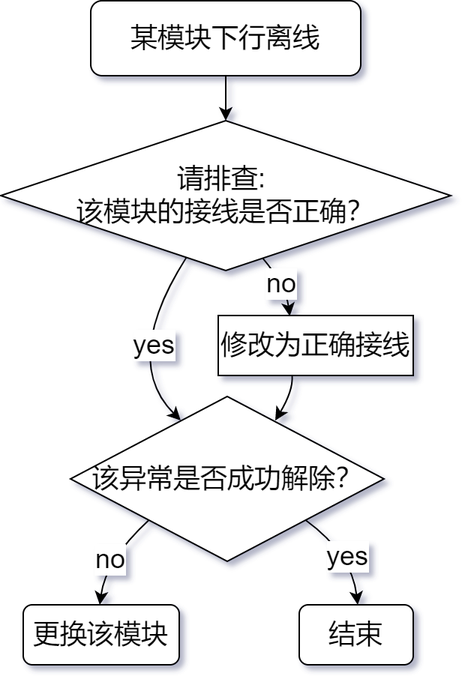
Above: docs/s1/A20.png in RoboMaster/RefereeSystem_Help (draw.io), before the change. Source tidied: cells renumbered, new cells last; positions are measured from the earlier drawing's top-left corner, leaving out a move shared by most shapes.
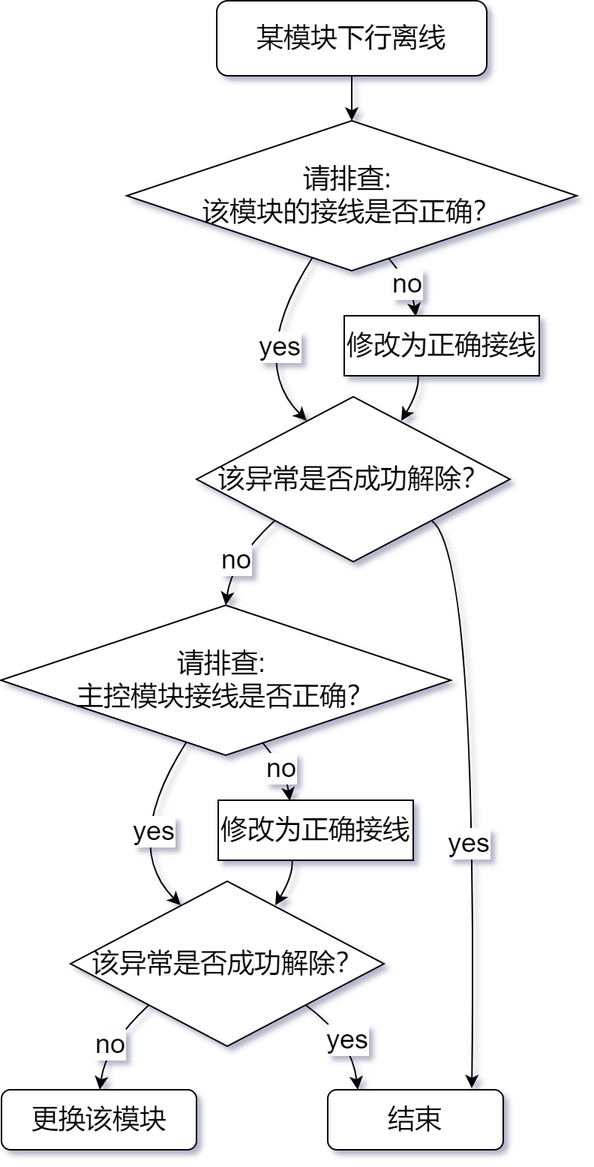
After the change.

Diff of the diagram source:
```diff
@@ -48,10 +48,10 @@
       </mxGeometry>
     </mxCell>
     <mxCell id="11" value="更换该模块" style="rounded=1;whiteSpace=wrap;html=1;fontSize=18;" parent="1" vertex="1">
-      <mxGeometry x="15" y="403" width="104" height="40" as="geometry" />
+      <mxGeometry x="-83.5" y="726" width="130" height="40" as="geometry" />
     </mxCell>
     <mxCell id="12" value="结束" style="rounded=1;whiteSpace=wrap;html=1;fontSize=18;" parent="1" vertex="1">
-      <mxGeometry x="199" y="403" width="76" height="40" as="geometry" />
+      <mxGeometry x="134" y="726" width="117" height="40" as="geometry" />
     </mxCell>
     <mxCell id="13" value="该异常是否成功解除？" style="rhombus;whiteSpace=wrap;html=1;fontSize=18;" parent="1" vertex="1">
       <mxGeometry x="46.5" y="264" width="209" height="110" as="geometry" />
@@ -71,7 +71,7 @@
     </mxCell>
     <mxCell id="16" style="curved=1;endArrow=classic;html=1;rounded=0;fontSize=18;exitX=1;exitY=1;exitDx=0;exitDy=0;" parent="1" edge="1" source="13">
       <mxGeometry relative="1" as="geometry">
-        <mxPoint x="238" y="403" as="targetPoint" />
+        <mxPoint x="230" y="725" as="targetPoint" />
         <Array as="points">
           <mxPoint x="234" y="369" />
         </Array>
@@ -82,5 +82,73 @@
         <mxPoint y="-4" as="offset" />
       </mxGeometry>
     </mxCell>
+    <mxCell id="18" value="请排查:&amp;nbsp;&lt;br&gt;主控模块接线是否正确？" style="rhombus;whiteSpace=wrap;html=1;fontSize=18;" parent="1" vertex="1">
+      <mxGeometry x="-84" y="403" width="300" height="100" as="geometry" />
+    </mxCell>
+    <mxCell id="19" style="curved=1;endArrow=classic;html=1;rounded=0;fontSize=18;" parent="1" edge="1" source="18">
+      <mxGeometry relative="1" as="geometry">
+        <mxPoint x="36" y="603" as="targetPoint" />
+        <Array as="points">
+          <mxPoint x="-4" y="563" />
+        </Array>
+      </mxGeometry>
+    </mxCell>
+    <mxCell id="20" value="yes" style="edgeLabel;html=1;align=center;verticalAlign=middle;fontSize=18;" parent="19" vertex="1">
+      <mxGeometry x="0.4" y="16" relative="1" as="geometry">
+        <mxPoint y="-9" as="offset" />
+      </mxGeometry>
+    </mxCell>
+    <mxCell id="21" value="修改为正确接线" style="rounded=0;whiteSpace=wrap;html=1;fontSize=18;" parent="1" vertex="1">
+      <mxGeometry x="61" y="533" width="130" height="40" as="geometry" />
+    </mxCell>
+    <mxCell id="22" style="curved=1;endArrow=classic;html=1;rounded=0;fontSize=18;exitX=0.582;exitY=0.917;exitDx=0;exitDy=0;exitPerimeter=0;entryX=0.367;entryY=0.011;entryDx=0;entryDy=0;entryPerimeter=0;" parent="1" edge="1" source="18" target="21">
+      <mxGeometry relative="1" as="geometry">
+        <Array as="points">
+          <mxPoint x="106" y="513" />
+        </Array>
+      </mxGeometry>
+    </mxCell>
+    <mxCell id="23" value="no" style="edgeLabel;html=1;align=center;verticalAlign=middle;fontSize=18;" parent="22" vertex="1">
+      <mxGeometry x="0.19" y="-4" relative="1" as="geometry">
+        <mxPoint y="-4" as="offset" />
+      </mxGeometry>
+    </mxCell>
+    <mxCell id="24" style="curved=1;endArrow=classic;html=1;rounded=0;fontSize=18;exitX=0.379;exitY=1.003;exitDx=0;exitDy=0;exitPerimeter=0;entryX=0.632;entryY=0.001;entryDx=0;entryDy=0;entryPerimeter=0;" parent="1" edge="1" source="21">
+      <mxGeometry relative="1" as="geometry">
+        <mxPoint x="99" y="603.1" as="targetPoint" />
+        <Array as="points">
+          <mxPoint x="111" y="583" />
+        </Array>
+      </mxGeometry>
+    </mxCell>
+    <mxCell id="25" value="该异常是否成功解除？" style="rhombus;whiteSpace=wrap;html=1;fontSize=18;" parent="1" vertex="1">
+      <mxGeometry x="-37.5" y="587" width="209" height="110" as="geometry" />
+    </mxCell>
+    <mxCell id="26" style="curved=1;endArrow=classic;html=1;rounded=0;entryX=0.5;entryY=0;entryDx=0;entryDy=0;exitX=0;exitY=1;exitDx=0;exitDy=0;" parent="1" edge="1" source="25">
+      <mxGeometry relative="1" as="geometry">
+        <mxPoint x="-18" y="726" as="targetPoint" />
+        <Array as="points">
+          <mxPoint x="-14" y="696" />
+        </Array>
+      </mxGeometry>
+    </mxCell>
+    <mxCell id="27" value="&lt;font style=&quot;font-size: 18px;&quot;&gt;no&lt;/font&gt;" style="edgeLabel;html=1;align=center;verticalAlign=middle;" parent="26" vertex="1">
+      <mxGeometry x="0.03" y="-2" relative="1" as="geometry">
+        <mxPoint x="2" y="3" as="offset" />
+      </mxGeometry>
+    </mxCell>
+    <mxCell id="28" style="curved=1;endArrow=classic;html=1;rounded=0;fontSize=18;exitX=1;exitY=1;exitDx=0;exitDy=0;" parent="1" edge="1" source="25">
+      <mxGeometry relative="1" as="geometry">
+        <mxPoint x="154" y="726" as="targetPoint" />
+        <Array as="points">
+          <mxPoint x="150" y="692" />
+        </Array>
+      </mxGeometry>
+    </mxCell>
+    <mxCell id="29" value="yes" style="edgeLabel;html=1;align=center;verticalAlign=middle;fontSize=18;" parent="28" vertex="1">
+      <mxGeometry x="0.19" y="-4" relative="1" as="geometry">
+        <mxPoint y="-4" as="offset" />
+      </mxGeometry>
+    </mxCell>
   </root>
 </mxGraphModel>
```
